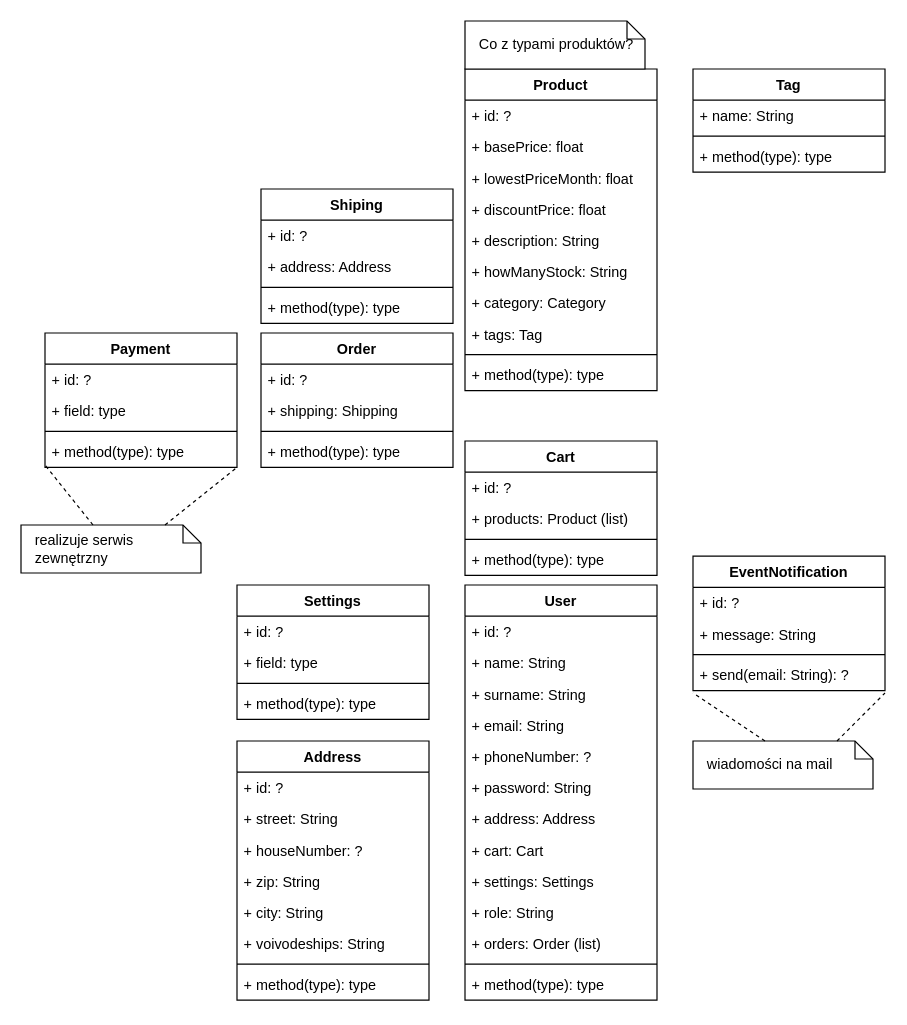
This is Diagram bez tytułu.drawio from Wadowski-Mateusz/TO_project, a draw.io file, before an edit. Source tidied: cells renumbered, new cells numbered last; positions are measured from the earlier drawing's top-left corner, leaving out a move shared by most shapes. Both pictures are drawn from the tidied source at 120%, with x=0, y=0 at pixel (20, 20).
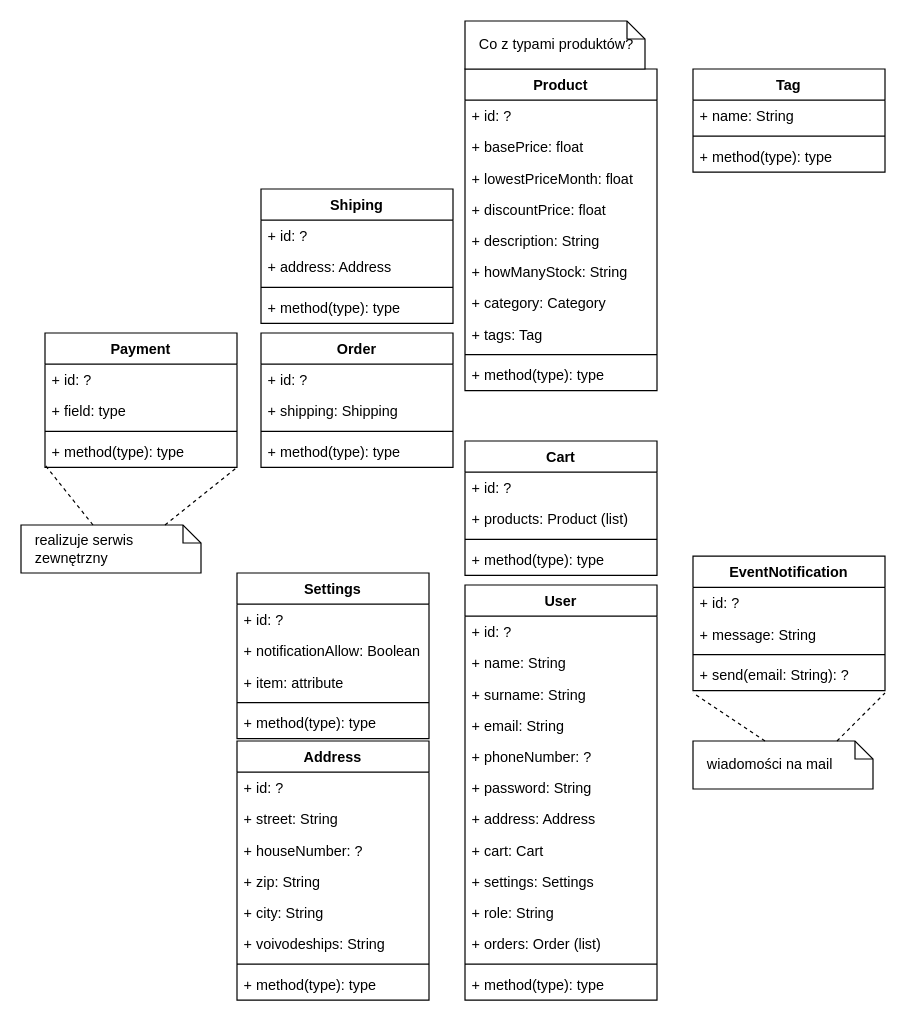
Above is the later version.

Change to the diagram source:
```diff
@@
     <mxCell id="46" value="Settings" style="swimlane;fontStyle=1;align=center;verticalAlign=top;horizontal=1;startSize=26;" parent="1" vertex="1">
-      <mxGeometry x="180" y="470" width="160" height="112" as="geometry" />
+      <mxGeometry x="180" y="460" width="160" height="138" as="geometry" />
     </mxCell>
@@
-    <mxCell id="48" value="+ field: type" style="text;strokeColor=none;fillColor=none;align=left;verticalAlign=top;spacingLeft=4;spacingRight=4;overflow=hidden;" parent="46" vertex="1">
+    <mxCell id="48" value="+ notificationAllow: Boolean" style="text;strokeColor=none;fillColor=none;align=left;verticalAlign=top;spacingLeft=4;spacingRight=4;overflow=hidden;" parent="46" vertex="1">
       <mxGeometry y="52" width="160" height="26" as="geometry" />
     </mxCell>
+    <mxCell id="77" value="+ item: attribute" style="text;strokeColor=none;fillColor=none;align=left;verticalAlign=top;spacingLeft=4;spacingRight=4;overflow=hidden;" parent="46" vertex="1">
+      <mxGeometry y="78" width="160" height="26" as="geometry" />
+    </mxCell>
     <mxCell id="49" style="line;strokeWidth=1;fillColor=none;align=left;verticalAlign=middle;spacingTop=-1;spacingLeft=3;spacingRight=3;labelPosition=right;strokeColor=inherit;" parent="46" vertex="1">
-      <mxGeometry y="78" width="160" height="8" as="geometry" />
+      <mxGeometry y="104" width="160" height="8" as="geometry" />
     </mxCell>
     <mxCell id="50" value="+ method(type): type" style="text;strokeColor=none;fillColor=none;align=left;verticalAlign=top;spacingLeft=4;spacingRight=4;overflow=hidden;" parent="46" vertex="1">
-      <mxGeometry y="86" width="160" height="26" as="geometry" />
+      <mxGeometry y="112" width="160" height="26" as="geometry" />
     </mxCell>
```
